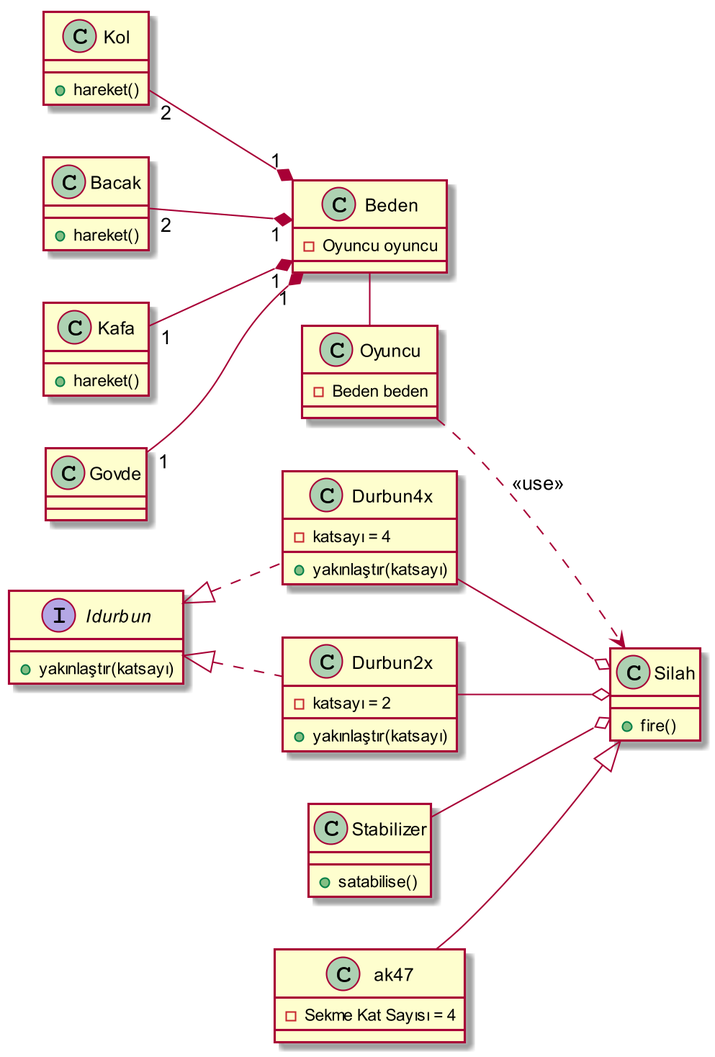
EmreKARAgh/SoftwareDesignPatterns keeps this PlantUML diagram as UML_Class_diagram/umlClass1.png. Above is the earlier version.
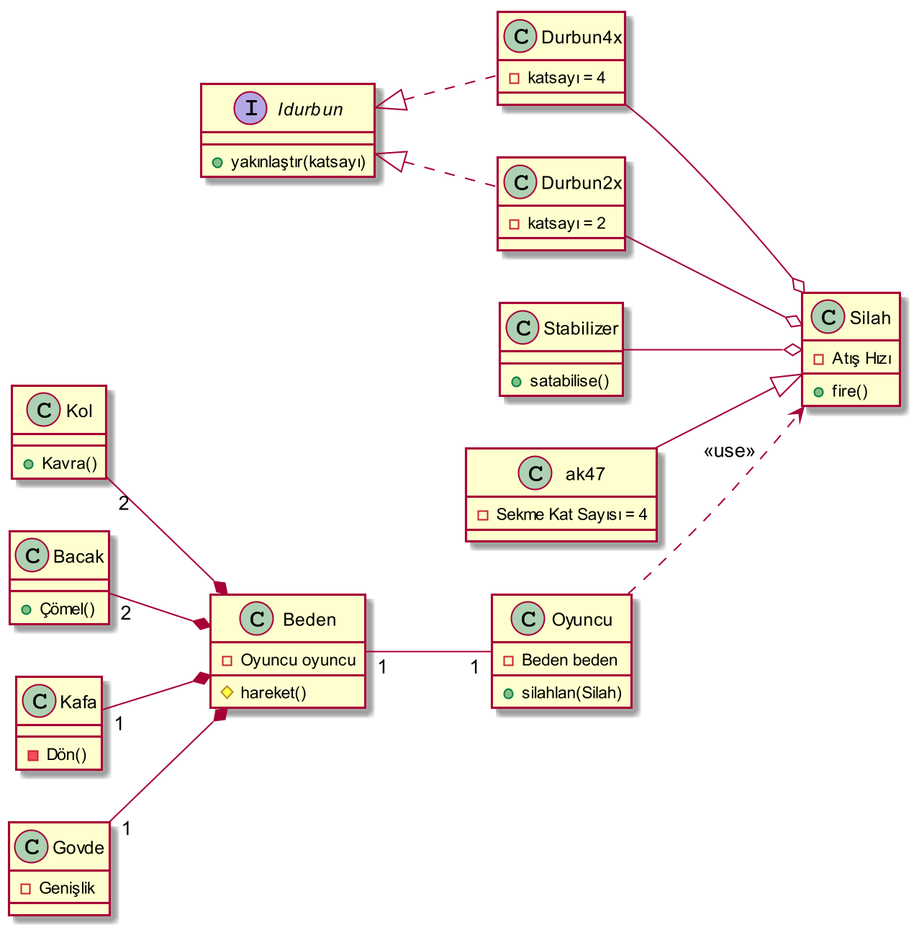
After the commit.

Commit message:
Uml_Class_Diagram_v3

The edit, as a diff of the source:
```diff
@@ -4,35 +4,36 @@
 left to right direction
 
 Class Beden{
+    #hareket()
     -Oyuncu oyuncu
 }
 Class Oyuncu{
     -Beden beden
-
+    +silahlan(Silah)
 }
 Class Kol{
-    +hareket()
+    +Kavra()
 }
 Class Bacak{
-    +hareket()
+    +Çömel()
 }
 Class Kafa{
-    +hareket()
+    -Dön()
 }
 Class Govde{
+    -Genişlik
 }
 Class Durbun4x{
     -katsayı = 4
-    +yakınlaştır(katsayı)
 }
 Class Durbun2x{
     -katsayı = 2
-    +yakınlaştır(katsayı)
 }
 Class Stabilizer{
     +satabilise()
 }
 Class Silah{
+    -Atış Hızı
     +fire()
 }
 Class ak47{
@@ -42,11 +43,11 @@
 	+yakınlaştır(katsayı)
 }
 
-Beden - Oyuncu
-Kol"2" --* "1"Beden
-Bacak"2" --* "1"Beden
-Kafa"1" --* "1"Beden
-Govde"1" --* "1"Beden
+Beden"1" -- "1"Oyuncu
+Kol"2" --* Beden
+Bacak"2" --* Beden
+Kafa"1" --* Beden
+Govde"1" --* Beden
 Durbun4x --o Silah
 Durbun2x --o Silah
 Stabilizer --o Silah
```
